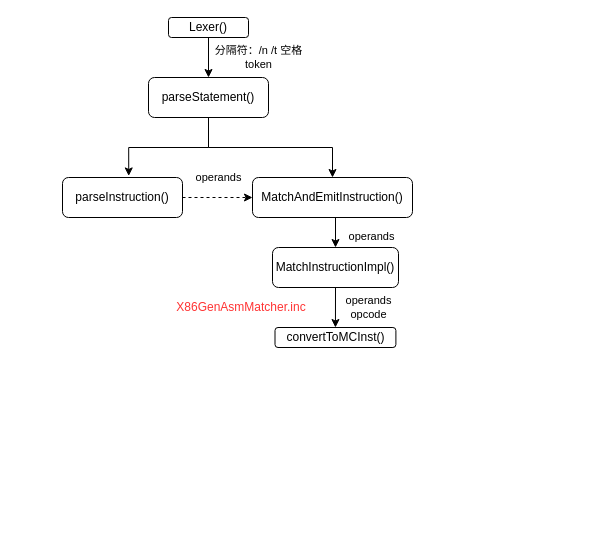
liyp1120/draw.io keeps this draw.io diagram as llvm-mc 汇编流程.drawio. Above is the earlier version. Source tidied: cells renumbered, new cells numbered last; positions are measured from the earlier drawing's top-left corner, leaving out a move shared by most shapes. Both pictures are drawn from the tidied source at 100%, with x=0, y=0 at pixel (62, 17).
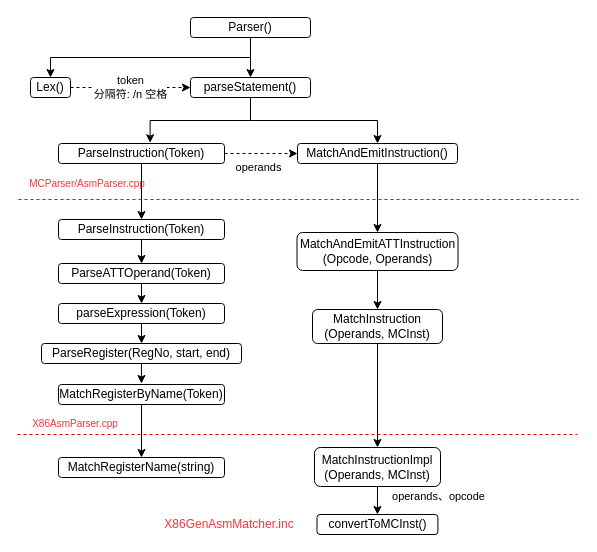
The same diagram, later.

Commit message:
更新llvm-mc 汇编流程.drawio

What changed in the source:
```diff
@@
-    <mxCell id="2" value="&lt;font style=&quot;font-size: 11px;&quot;&gt;分隔符：/n /t 空格&lt;br style=&quot;font-size: 11px;&quot;&gt;token&lt;/font&gt;" style="edgeStyle=orthogonalEdgeStyle;rounded=0;jettySize=auto;html=1;exitX=0.5;exitY=1;exitDx=0;exitDy=0;entryX=0.5;entryY=0;entryDx=0;entryDy=0;" parent="1" edge="1" source="3" target="6">
-      <mxGeometry y="50" relative="1" as="geometry" />
+    <mxCell id="2" style="edgeStyle=orthogonalEdgeStyle;rounded=0;jettySize=auto;html=1;exitX=0.5;exitY=1;exitDx=0;exitDy=0;entryX=0.5;entryY=0;entryDx=0;entryDy=0;" parent="1" edge="1" source="3" target="6">
+      <mxGeometry y="100" relative="1" as="geometry" />
     </mxCell>
+    <mxCell id="15" style="edgeStyle=orthogonalEdgeStyle;rounded=0;jettySize=auto;html=1;exitX=0.5;exitY=1;exitDx=0;exitDy=0;entryX=0.5;entryY=0;entryDx=0;entryDy=0;" parent="1" edge="1" source="3" target="19">
+      <mxGeometry relative="1" as="geometry" />
+    </mxCell>
-    <mxCell id="3" value="Lexer()" style="rounded=1;whiteSpace=wrap;html=1;fontSize=12;glass=0;strokeWidth=1;shadow=0;" parent="1" vertex="1">
-      <mxGeometry x="106" width="80" height="20" as="geometry" />
+    <mxCell id="3" value="Parser()" style="rounded=1;whiteSpace=wrap;html=1;fontSize=12;glass=0;strokeWidth=1;shadow=0;" parent="1" vertex="1">
+      <mxGeometry x="128" width="120" height="20" as="geometry" />
     </mxCell>
@@
     <mxCell id="6" value="parseStatement()" style="rounded=1;whiteSpace=wrap;html=1;fontSize=12;glass=0;strokeWidth=1;shadow=0;" parent="1" vertex="1">
-      <mxGeometry x="86" y="60" width="120" height="40" as="geometry" />
+      <mxGeometry x="128" y="60" width="120" height="20" as="geometry" />
     </mxCell>
-    <mxCell id="7" value="operands&lt;br&gt;opcode" style="edgeStyle=orthogonalEdgeStyle;rounded=0;jettySize=auto;html=1;exitX=0.5;exitY=1;exitDx=0;exitDy=0;entryX=0.5;entryY=0;entryDx=0;entryDy=0;" parent="1" edge="1" source="8" target="13">
-      <mxGeometry y="33" relative="1" as="geometry" />
+    <mxCell id="7" value="operands、opcode" style="edgeStyle=orthogonalEdgeStyle;rounded=0;jettySize=auto;html=1;exitX=0.5;exitY=1;exitDx=0;exitDy=0;entryX=0.5;entryY=0;entryDx=0;entryDy=0;" parent="1" edge="1" source="8" target="13">
+      <mxGeometry x="-0.28" y="61" relative="1" as="geometry" />
     </mxCell>
-    <mxCell id="8" value="MatchInstructionImpl()" style="rounded=1;whiteSpace=wrap;html=1;fontSize=12;glass=0;strokeWidth=1;shadow=0;" parent="1" vertex="1">
-      <mxGeometry x="210" y="230" width="126" height="40" as="geometry" />
+    <mxCell id="8" value="MatchInstructionImpl&lt;br&gt;(Operands, MCInst)" style="rounded=1;whiteSpace=wrap;html=1;fontSize=12;glass=0;strokeWidth=1;shadow=0;" parent="1" vertex="1">
+      <mxGeometry x="252" y="430" width="126" height="39" as="geometry" />
     </mxCell>
     <mxCell id="9" value="operands" style="edgeStyle=orthogonalEdgeStyle;rounded=0;jettySize=auto;html=1;exitX=1;exitY=0.5;exitDx=0;exitDy=0;entryX=0;entryY=0.5;entryDx=0;entryDy=0;dashed=1;" parent="1" edge="1" source="10" target="12">
-      <mxGeometry x="0.03" y="20" relative="1" as="geometry" />
+      <mxGeometry x="-0.07" y="-14" relative="1" as="geometry" />
     </mxCell>
+    <mxCell id="16" style="edgeStyle=orthogonalEdgeStyle;rounded=0;jettySize=auto;html=1;exitX=0.5;exitY=1;exitDx=0;exitDy=0;entryX=0.5;entryY=0;entryDx=0;entryDy=0;" parent="1" edge="1" source="10" target="23">
+      <mxGeometry relative="1" as="geometry" />
+    </mxCell>
-    <mxCell id="10" value="parseInstruction()" style="rounded=1;whiteSpace=wrap;html=1;fontSize=12;glass=0;strokeWidth=1;shadow=0;" parent="1" vertex="1">
-      <mxGeometry y="160" width="120" height="40" as="geometry" />
+    <mxCell id="10" value="ParseInstruction(Token)" style="rounded=1;whiteSpace=wrap;html=1;fontSize=12;glass=0;strokeWidth=1;shadow=0;" parent="1" vertex="1">
+      <mxGeometry x="-4" y="126" width="166" height="20" as="geometry" />
     </mxCell>
-    <mxCell id="11" value="operands" style="edgeStyle=orthogonalEdgeStyle;rounded=0;jettySize=auto;html=1;exitX=0.5;exitY=1;exitDx=0;exitDy=0;entryX=0.5;entryY=0;entryDx=0;entryDy=0;" parent="1" edge="1" source="12" target="8">
-      <mxGeometry x="0.33" y="36" relative="1" as="geometry" />
-    </mxCell>
+    <mxCell id="17" style="edgeStyle=orthogonalEdgeStyle;rounded=0;jettySize=auto;html=1;exitX=0.5;exitY=1;exitDx=0;exitDy=0;entryX=0.5;entryY=0;entryDx=0;entryDy=0;" parent="1" edge="1" source="12" target="39">
+      <mxGeometry relative="1" as="geometry" />
+    </mxCell>
     <mxCell id="12" value="MatchAndEmitInstruction()" style="rounded=1;whiteSpace=wrap;html=1;fontSize=12;glass=0;strokeWidth=1;shadow=0;" parent="1" vertex="1">
-      <mxGeometry x="190" y="160" width="160" height="40" as="geometry" />
+      <mxGeometry x="235" y="126" width="160" height="20" as="geometry" />
     </mxCell>
     <mxCell id="13" value="convertToMCInst()" style="rounded=1;whiteSpace=wrap;html=1;fontSize=12;glass=0;strokeWidth=1;shadow=0;" parent="1" vertex="1">
-      <mxGeometry x="212.5" y="310" width="120.9" height="20" as="geometry" />
+      <mxGeometry x="254.5" y="497" width="120.9" height="20" as="geometry" />
     </mxCell>
     <mxCell id="14" value="&lt;font color=&quot;#ff3333&quot;&gt;X86GenAsmMatcher.inc&lt;/font&gt;" style="rounded=0;whiteSpace=wrap;html=1;fillColor=none;strokeColor=none;" parent="1" vertex="1">
-      <mxGeometry x="106" y="280" width="146" height="20" as="geometry" />
+      <mxGeometry x="94" y="497" width="146" height="20" as="geometry" />
     </mxCell>
+    <mxCell id="18" value="token&lt;br&gt;分隔符: /n 空格" style="edgeStyle=orthogonalEdgeStyle;rounded=0;jettySize=auto;html=1;exitX=1;exitY=0.5;exitDx=0;exitDy=0;entryX=0;entryY=0.5;entryDx=0;entryDy=0;dashed=1;" parent="1" edge="1" source="19" target="6">
+      <mxGeometry relative="1" as="geometry" />
+    </mxCell>
+    <mxCell id="19" value="Lex()" style="rounded=1;whiteSpace=wrap;html=1;fontSize=12;glass=0;strokeWidth=1;shadow=0;" parent="1" vertex="1">
+      <mxGeometry x="-32" y="60" width="40" height="20" as="geometry" />
+    </mxCell>
+    <mxCell id="20" style="endArrow=none;dashed=1;html=1;rounded=0;strokeColor=#FF0000;" parent="1" edge="1">
+      <mxGeometry relative="1" as="geometry">
+        <mxPoint x="-44" y="182" as="sourcePoint" />
+        <mxPoint x="516" y="182" as="targetPoint" />
+      </mxGeometry>
+    </mxCell>
+    <mxCell id="21" value="&lt;font style=&quot;font-size: 10px;&quot; color=&quot;#ff3333&quot;&gt;MCParser/AsmParser.cpp&lt;/font&gt;" style="rounded=0;whiteSpace=wrap;html=1;fillColor=none;strokeColor=none;" parent="1" vertex="1">
+      <mxGeometry x="-44" y="156" width="138" height="20" as="geometry" />
+    </mxCell>
+    <mxCell id="22" style="edgeStyle=orthogonalEdgeStyle;rounded=0;jettySize=auto;html=1;exitX=0.5;exitY=1;exitDx=0;exitDy=0;entryX=0.5;entryY=0;entryDx=0;entryDy=0;" parent="1" edge="1" source="23" target="26">
+      <mxGeometry relative="1" as="geometry" />
+    </mxCell>
+    <mxCell id="23" value="ParseInstruction(Token)" style="rounded=1;whiteSpace=wrap;html=1;fontSize=12;glass=0;strokeWidth=1;shadow=0;" parent="1" vertex="1">
+      <mxGeometry x="-4" y="202" width="166" height="20" as="geometry" />
+    </mxCell>
+    <mxCell id="24" value="&lt;font style=&quot;font-size: 10px;&quot; color=&quot;#ff3333&quot;&gt;X86AsmParser.cpp&lt;/font&gt;" style="rounded=0;whiteSpace=wrap;html=1;fillColor=none;strokeColor=none;" parent="1" vertex="1">
+      <mxGeometry x="-44" y="396" width="114" height="20" as="geometry" />
+    </mxCell>
+    <mxCell id="25" style="edgeStyle=orthogonalEdgeStyle;rounded=0;jettySize=auto;html=1;exitX=0.5;exitY=1;exitDx=0;exitDy=0;entryX=0.5;entryY=0;entryDx=0;entryDy=0;" parent="1" edge="1" source="26" target="28">
+      <mxGeometry relative="1" as="geometry" />
+    </mxCell>
+    <mxCell id="26" value="ParseATTOperand(Token)" style="rounded=1;whiteSpace=wrap;html=1;fontSize=12;glass=0;strokeWidth=1;shadow=0;" parent="1" vertex="1">
+      <mxGeometry x="-4" y="246" width="166" height="20" as="geometry" />
+    </mxCell>
+    <mxCell id="27" style="edgeStyle=orthogonalEdgeStyle;rounded=0;jettySize=auto;html=1;exitX=0.5;exitY=1;exitDx=0;exitDy=0;entryX=0.5;entryY=0;entryDx=0;entryDy=0;" parent="1" edge="1" source="28" target="31">
+      <mxGeometry relative="1" as="geometry" />
+    </mxCell>
+    <mxCell id="28" value="parseExpression(Token)" style="rounded=1;whiteSpace=wrap;html=1;fontSize=12;glass=0;strokeWidth=1;shadow=0;" parent="1" vertex="1">
+      <mxGeometry x="-4" y="286" width="166" height="20" as="geometry" />
+    </mxCell>
+    <mxCell id="29" style="edgeStyle=orthogonalEdgeStyle;rounded=0;jettySize=auto;html=1;exitX=0.5;exitY=1;exitDx=0;exitDy=0;" parent="1" edge="1" source="31">
+      <mxGeometry relative="1" as="geometry">
+        <mxPoint x="78.9" y="346" as="targetPoint" />
+      </mxGeometry>
+    </mxCell>
+    <mxCell id="30" style="edgeStyle=orthogonalEdgeStyle;rounded=0;jettySize=auto;html=1;exitX=0.5;exitY=1;exitDx=0;exitDy=0;" parent="1" edge="1" source="31">
+      <mxGeometry relative="1" as="geometry">
+        <mxPoint x="78.9" y="366" as="targetPoint" />
+      </mxGeometry>
+    </mxCell>
+    <mxCell id="31" value="ParseRegister(RegNo, start, end)" style="rounded=1;whiteSpace=wrap;html=1;fontSize=12;glass=0;strokeWidth=1;shadow=0;" parent="1" vertex="1">
+      <mxGeometry x="-21" y="326" width="200" height="20" as="geometry" />
+    </mxCell>
+    <mxCell id="32" style="edgeStyle=orthogonalEdgeStyle;rounded=0;jettySize=auto;html=1;exitX=0.5;exitY=1;exitDx=0;exitDy=0;entryX=0.5;entryY=0;entryDx=0;entryDy=0;" parent="1" edge="1" source="33" target="34">
+      <mxGeometry relative="1" as="geometry" />
+    </mxCell>
+    <mxCell id="33" value="MatchRegisterByName(Token)" style="rounded=1;whiteSpace=wrap;html=1;fontSize=12;glass=0;strokeWidth=1;shadow=0;" parent="1" vertex="1">
+      <mxGeometry x="-4" y="367" width="166" height="20" as="geometry" />
+    </mxCell>
+    <mxCell id="34" value="MatchRegisterName(string)" style="rounded=1;whiteSpace=wrap;html=1;fontSize=12;glass=0;strokeWidth=1;shadow=0;" parent="1" vertex="1">
+      <mxGeometry x="-4" y="440" width="166" height="20" as="geometry" />
+    </mxCell>
+    <mxCell id="35" style="endArrow=none;dashed=1;html=1;rounded=0;strokeColor=#FF0000;" parent="1" edge="1">
+      <mxGeometry relative="1" as="geometry">
+        <mxPoint x="-45" y="417" as="sourcePoint" />
+        <mxPoint x="515" y="417" as="targetPoint" />
+      </mxGeometry>
+    </mxCell>
+    <mxCell id="36" style="edgeStyle=orthogonalEdgeStyle;rounded=0;jettySize=auto;html=1;exitX=0.5;exitY=1;exitDx=0;exitDy=0;" parent="1" edge="1" source="37" target="8">
+      <mxGeometry relative="1" as="geometry" />
+    </mxCell>
+    <mxCell id="37" value="MatchInstruction&lt;br&gt;(Operands, MCInst)" style="rounded=1;whiteSpace=wrap;html=1;fontSize=12;glass=0;strokeWidth=1;shadow=0;" parent="1" vertex="1">
+      <mxGeometry x="250" y="292" width="130" height="34" as="geometry" />
+    </mxCell>
+    <mxCell id="38" style="edgeStyle=orthogonalEdgeStyle;rounded=0;jettySize=auto;html=1;exitX=0.5;exitY=1;exitDx=0;exitDy=0;entryX=0.5;entryY=0;entryDx=0;entryDy=0;" parent="1" edge="1" source="39" target="37">
+      <mxGeometry relative="1" as="geometry" />
+    </mxCell>
+    <mxCell id="39" value="MatchAndEmitATTInstruction&lt;br&gt;(Opcode, Operands)" style="rounded=1;whiteSpace=wrap;html=1;fontSize=12;glass=0;strokeWidth=1;shadow=0;" parent="1" vertex="1">
+      <mxGeometry x="234.5" y="215" width="161" height="38" as="geometry" />
+    </mxCell>
```
